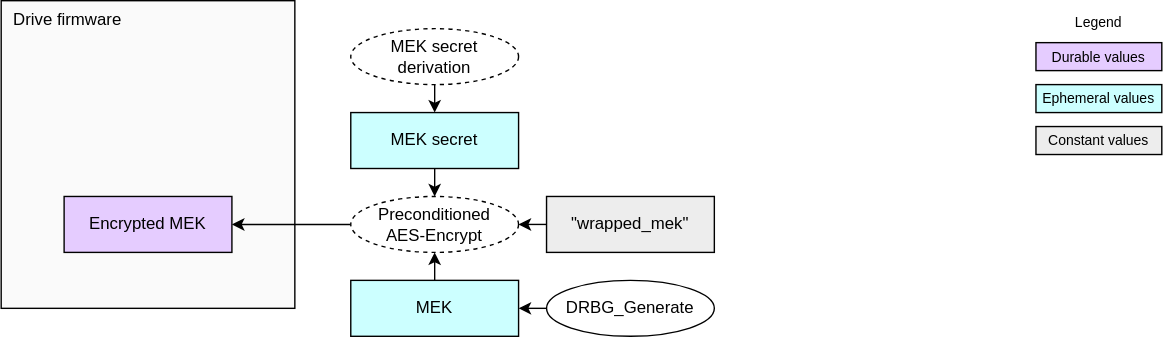
The draw.io diagram doc/ocp_lock/diagrams/mek_generate.drawio.svg in chipsalliance/Caliptra, before a commit. Source tidied: cells renumbered, new cells last; positions are measured from the earlier drawing's top-left corner, leaving out a move shared by most shapes.
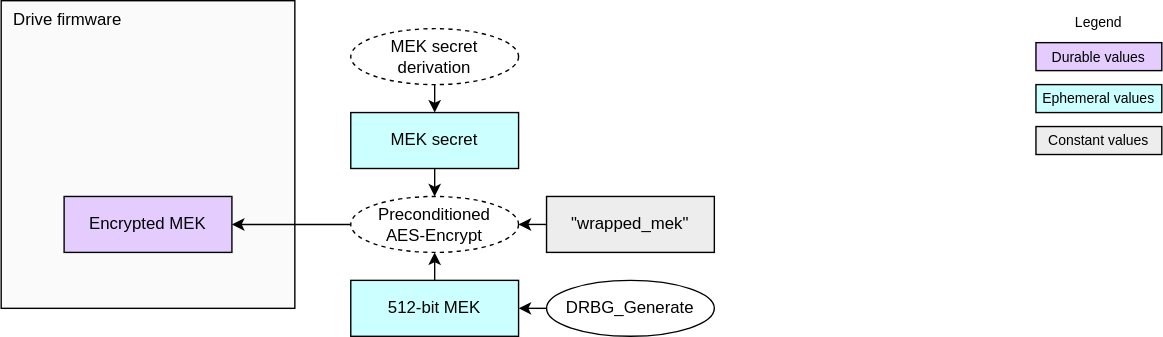
After the change.

Diff of the diagram source:
```diff
@@ -23,7 +23,7 @@
     <mxCell id="8" style="edgeStyle=none;html=1;exitX=0.5;exitY=0;exitDx=0;exitDy=0;entryX=0.5;entryY=1;entryDx=0;entryDy=0;" parent="1" edge="1" source="9" target="13">
       <mxGeometry relative="1" as="geometry" />
     </mxCell>
-    <mxCell id="9" value="&lt;div&gt;&lt;font color=&quot;#000000&quot;&gt;MEK&lt;/font&gt;&lt;/div&gt;" style="rounded=0;whiteSpace=wrap;html=1;align=center;verticalAlign=middle;shadow=0;glass=0;spacingLeft=0;spacingBottom=0;spacingTop=0;fillColor=#CCFFFF;" parent="1" vertex="1">
+    <mxCell id="9" value="&lt;div&gt;&lt;font color=&quot;#000000&quot;&gt;512-bit MEK&lt;/font&gt;&lt;/div&gt;" style="rounded=0;whiteSpace=wrap;html=1;align=center;verticalAlign=middle;shadow=0;glass=0;spacingLeft=0;spacingBottom=0;spacingTop=0;fillColor=#CCFFFF;" parent="1" vertex="1">
       <mxGeometry x="250" y="200" width="120" height="40" as="geometry" />
     </mxCell>
     <mxCell id="10" value="DRBG_Generate" style="ellipse;whiteSpace=wrap;html=1;fillColor=#FFFFFF;" parent="1" vertex="1">
```
